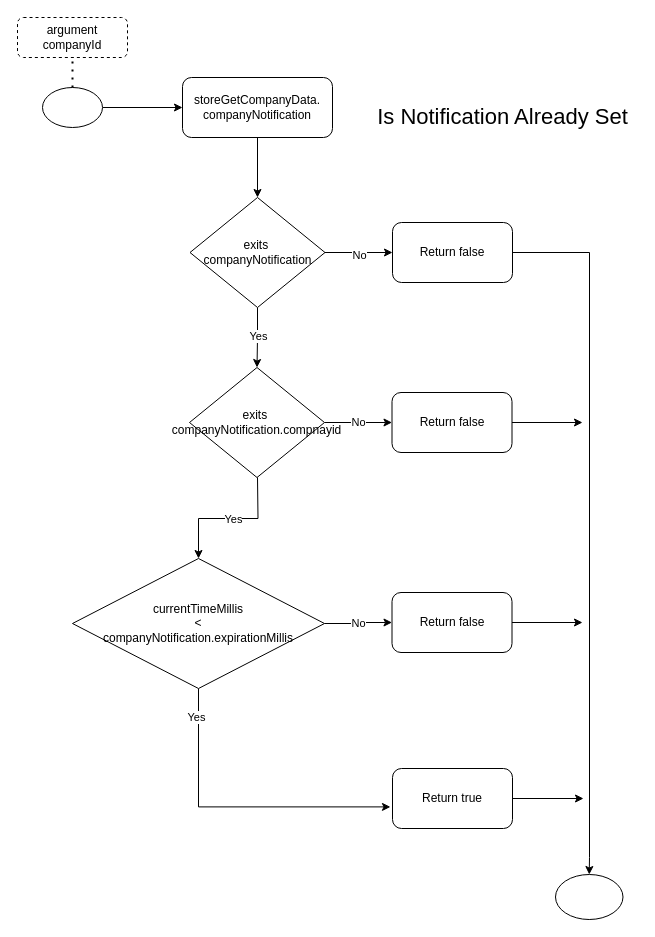
Earlier version of the draw.io diagram page "isNotificationAlreadySet" (3 of 7) of projects/central_masjid_dashboard/cdb/misc/docs-mobile/MDB Mobile Setup Notifications.drawio (sherazc/playground). Source tidied: cells renumbered, new cells numbered last; positions are measured from the earlier drawing's top-left corner, leaving out a move shared by most shapes. Both pictures are drawn from the tidied source at 100%, with x=0, y=0 at pixel (17, 17).
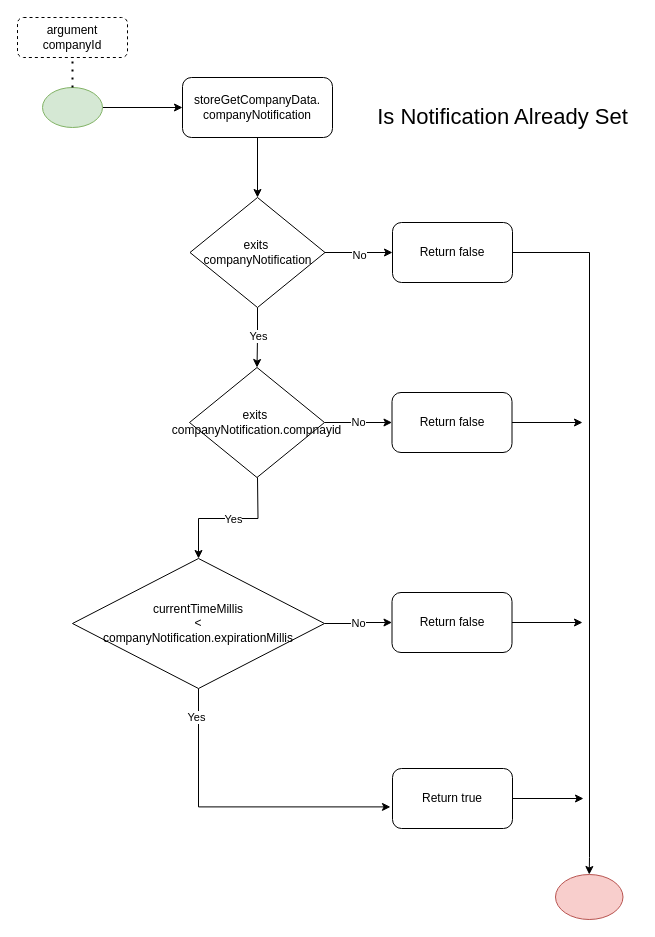
Above is the later version.

The edit, as a diff of the source:
```diff
@@
-    <mxCell id="10" style="ellipse;whiteSpace=wrap;html=1;" parent="1" vertex="1">
+    <mxCell id="10" style="ellipse;whiteSpace=wrap;html=1;fillColor=#d5e8d4;strokeColor=#82b366;" parent="1" vertex="1">
       <mxGeometry x="25" y="70" width="60" height="40" as="geometry" />
     </mxCell>
@@
-    <mxCell id="15" style="ellipse;whiteSpace=wrap;html=1;" parent="1" vertex="1">
+    <mxCell id="15" style="ellipse;whiteSpace=wrap;html=1;fillColor=#f8cecc;strokeColor=#b85450;" parent="1" vertex="1">
       <mxGeometry x="538" y="857" width="67.5" height="45" as="geometry" />
     </mxCell>
```
